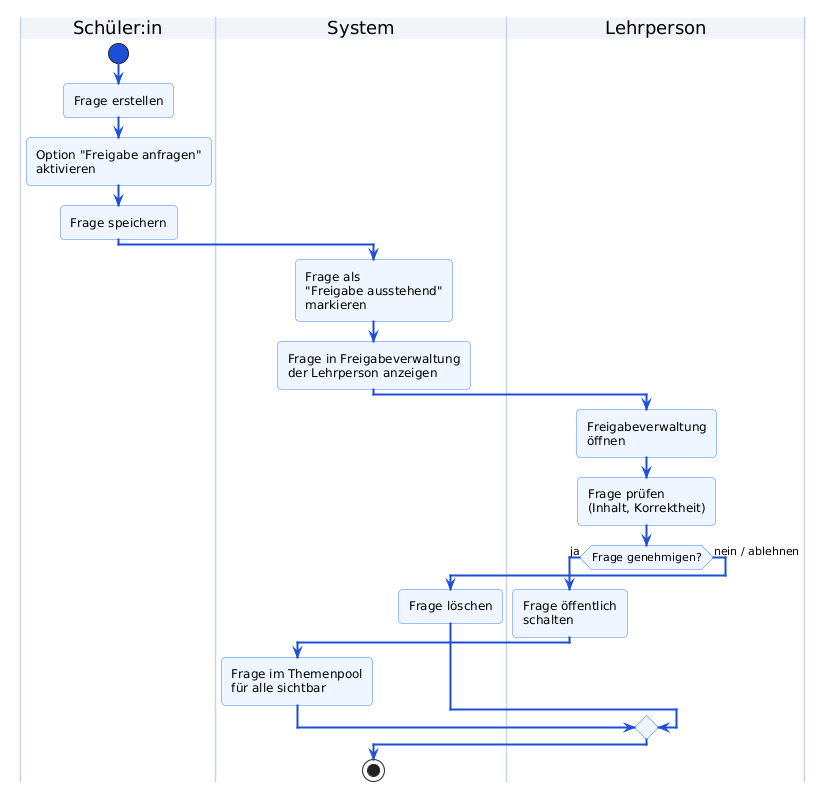
The PlantUML diagram pics/freigabe_ablauf.png in LearnHubDipl/thesis-content-management, before a commit.
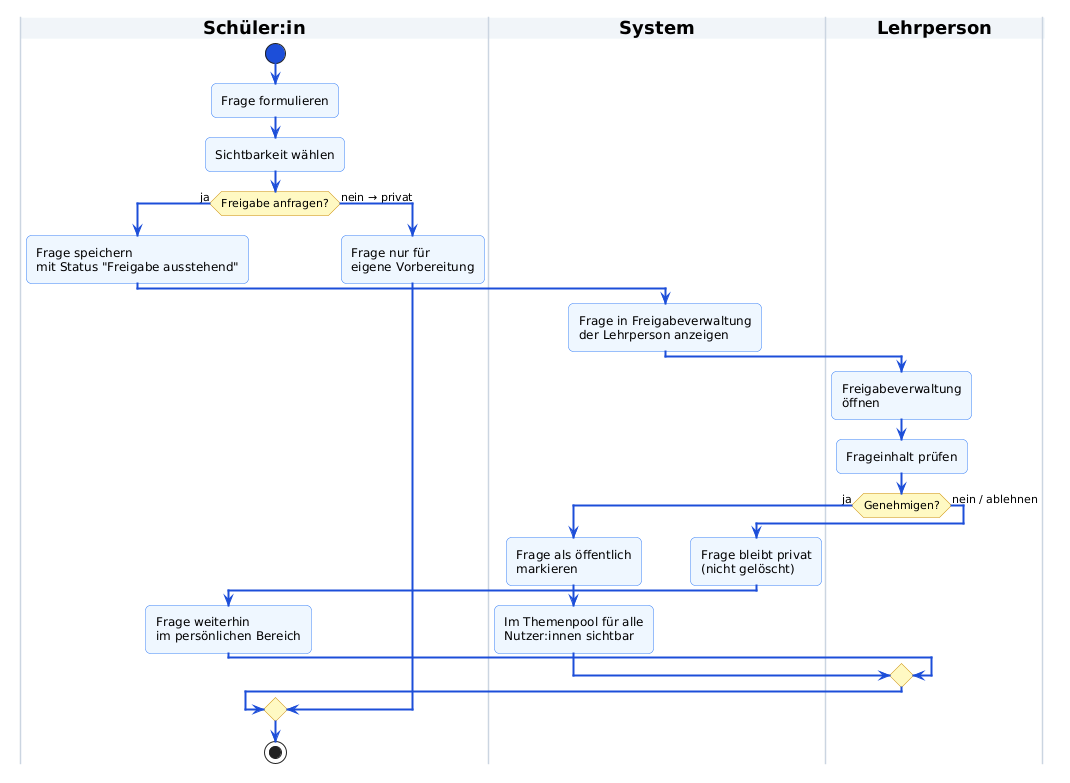
After the commit.

What changed in the source:
```diff
@@ -1,6 +1,6 @@
 @startuml
 skinparam activityArrowThickness 2
-skinparam roundcorner 8
+skinparam roundcorner 10
 skinparam backgroundColor white
 skinparam activity {
     BackgroundColor #EFF6FF
@@ -8,32 +8,39 @@
     ArrowColor      #1D4ED8
     StartColor      #1D4ED8
     EndColor        #1D4ED8
+    DiamondBackgroundColor #FEF9C3
+    DiamondBorderColor     #CA8A04
 }
 skinparam swimlane {
-    BorderColor     #CBD5E1
+    BorderColor          #CBD5E1
     TitleBackgroundColor #F1F5F9
+    TitleFontStyle       bold
 }
 
 |Schüler:in|
 start
-:Frage erstellen;
-:Option "Freigabe anfragen"\naktivieren;
-:Frage speichern;
-
-|System|
-:Frage als\n"Freigabe ausstehend"\nmarkieren;
-:Frage in Freigabeverwaltung\nder Lehrperson anzeigen;
-
-|Lehrperson|
-:Freigabeverwaltung\nöffnen;
-:Frage prüfen\n(Inhalt, Korrektheit);
-if (Frage genehmigen?) then (ja)
-    :Frage öffentlich\nschalten;
+:Frage formulieren;
+:Sichtbarkeit wählen;
+if (Freigabe anfragen?) then (ja)
+    :Frage speichern\nmit Status "Freigabe ausstehend";
     |System|
-    :Frage im Themenpool\nfür alle sichtbar;
-else (nein / ablehnen)
-    |System|
-    :Frage löschen;
+    :Frage in Freigabeverwaltung\nder Lehrperson anzeigen;
+    |Lehrperson|
+    :Freigabeverwaltung\nöffnen;
+    :Frageinhalt prüfen;
+    if (Genehmigen?) then (ja)
+        |System|
+        :Frage als öffentlich\nmarkieren;
+        :Im Themenpool für alle\nNutzer:innen sichtbar;
+    else (nein / ablehnen)
+        |System|
+        :Frage bleibt privat\n(nicht gelöscht);
+        |Schüler:in|
+        :Frage weiterhin\nim persönlichen Bereich;
+    endif
+else (nein → privat)
+    |Schüler:in|
+    :Frage nur für\neigene Vorbereitung;
 endif
 stop
 @enduml
```
